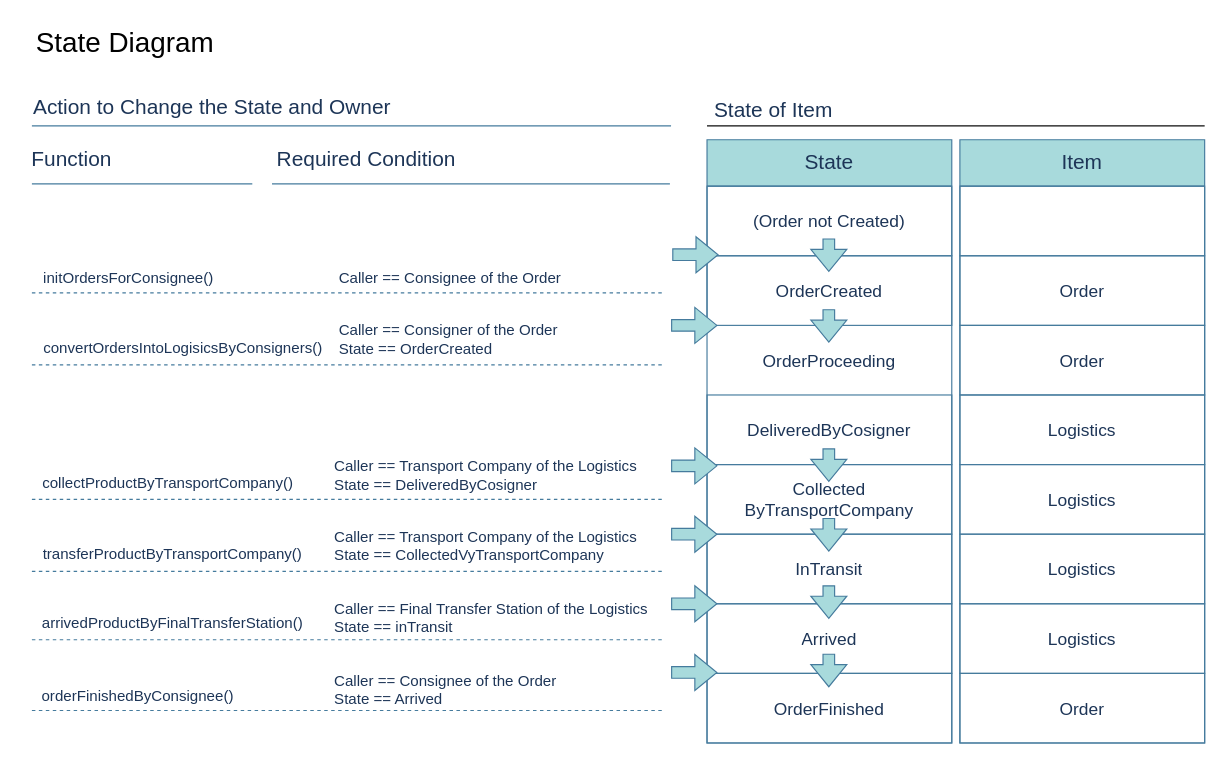
The draw.io diagram State.drawio in siheyase/yunjisuan, before the edit. Source tidied: cells renumbered, new cells numbered last; positions are measured from the earlier drawing's top-left corner, leaving out a move shared by most shapes. Both pictures are drawn from the tidied source at 116%, with x=0, y=0 at pixel (20, 20).
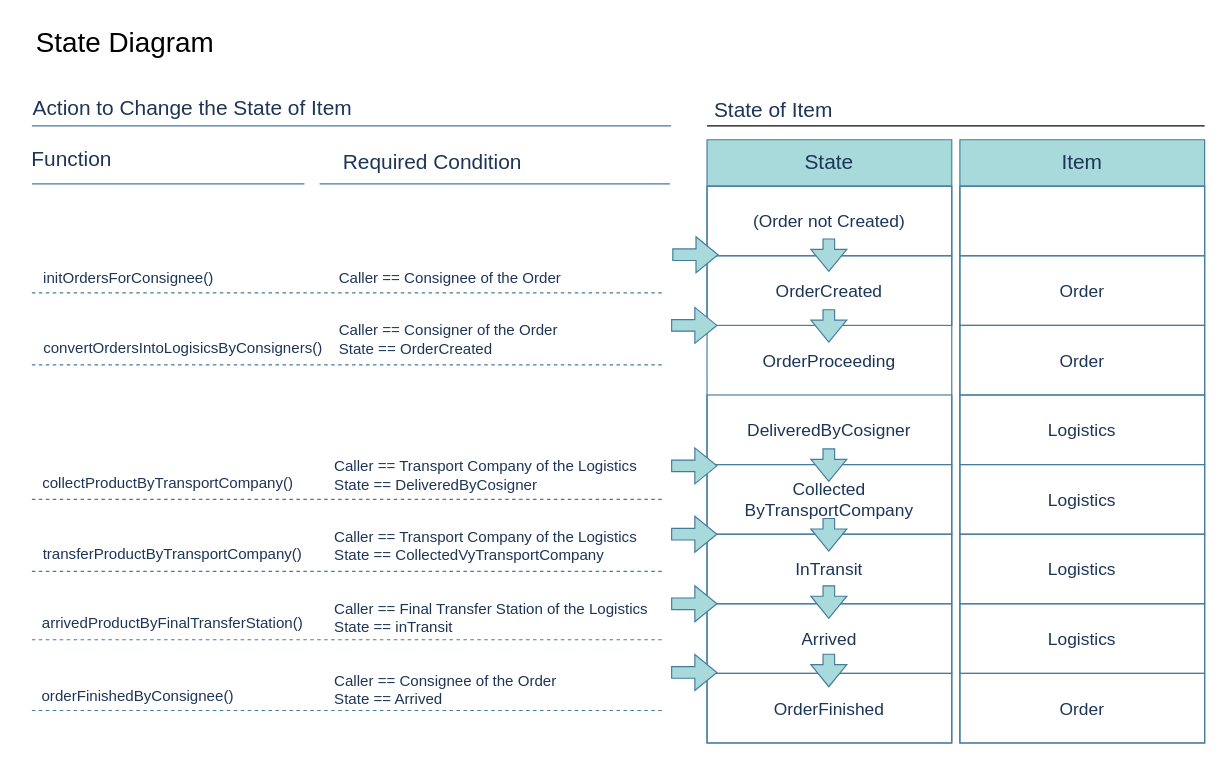
The same page after the edit.

Diff of the diagram source:
```diff
@@
-    <mxCell id="3" value="&lt;font style=&quot;font-size: 18px;&quot;&gt;Action to Change the State and Owner&lt;/font&gt;" style="text;html=1;align=center;verticalAlign=middle;strokeColor=none;fillColor=none;fontColor=#1D3557;" parent="1" vertex="1">
-      <mxGeometry y="55" width="330" height="40" as="geometry" />
+    <mxCell id="3" value="&lt;font style=&quot;font-size: 18px;&quot;&gt;Action to Change the State of Item&lt;/font&gt;" style="text;html=1;align=left;verticalAlign=middle;strokeColor=none;fillColor=none;fontColor=#1D3557;" parent="1" vertex="1">
+      <mxGeometry x="9" y="59" width="293" height="34" as="geometry" />
     </mxCell>
@@
     <mxCell id="6" value="&lt;font style=&quot;font-size: 18px;&quot;&gt;Required Condition&lt;/font&gt;" style="text;html=1;align=center;verticalAlign=middle;strokeColor=none;fillColor=none;fontColor=#1D3557;" parent="1" vertex="1">
-      <mxGeometry x="212" y="103" width="172" height="34" as="geometry" />
+      <mxGeometry x="268.5" y="106" width="172" height="34" as="geometry" />
     </mxCell>
     <mxCell id="7" style="line;strokeWidth=1;align=left;verticalAlign=middle;spacingTop=-1;spacingLeft=3;spacingRight=3;labelPosition=right;strokeColor=#457B9D;fillColor=#457B9D;" parent="1" vertex="1">
-      <mxGeometry x="10" y="137" width="190" height="8" as="geometry" />
+      <mxGeometry x="10" y="137" width="235" height="8" as="geometry" />
     </mxCell>
     <mxCell id="8" style="line;strokeWidth=1;align=left;verticalAlign=middle;spacingTop=-1;spacingLeft=3;spacingRight=3;labelPosition=right;strokeColor=#457B9D;" parent="1" vertex="1">
-      <mxGeometry x="217" y="137" width="343" height="8" as="geometry" />
+      <mxGeometry x="258" y="137" width="302" height="8" as="geometry" />
     </mxCell>
```
